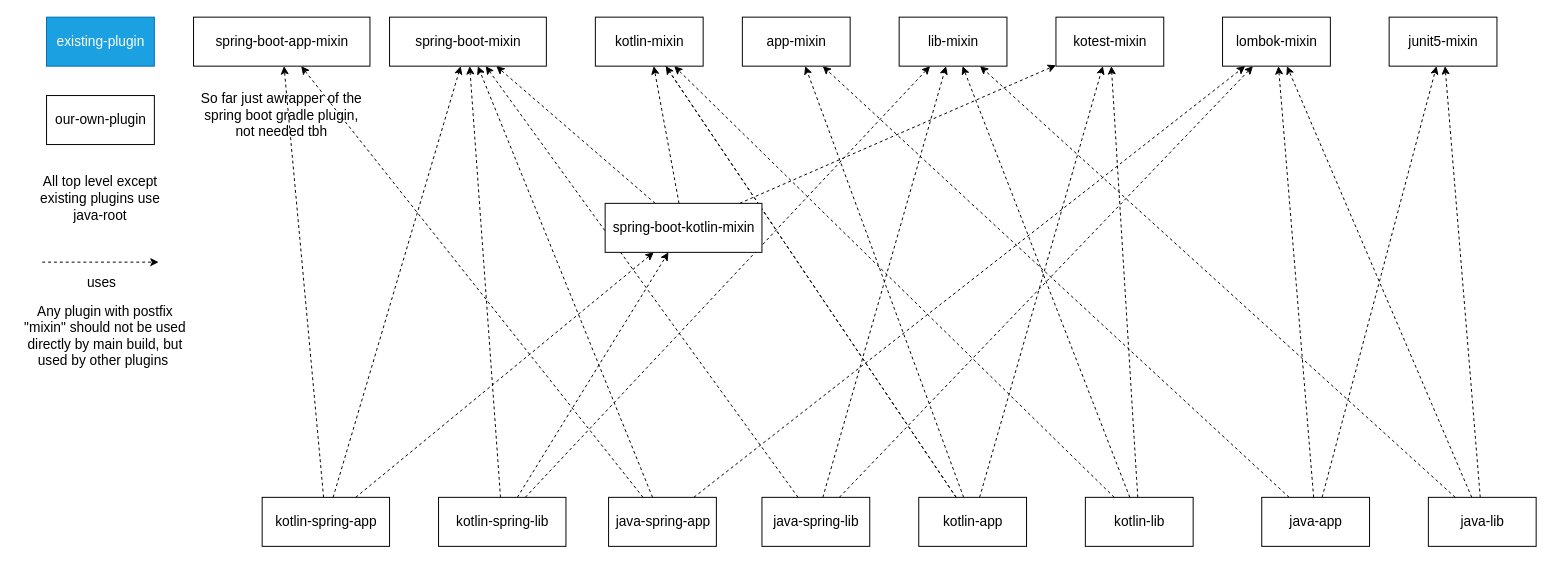
Above: gradle/plugins/gradle plugins structure.drawio in CXwudi/modern-gradle-template (draw.io), before the change. Source tidied: cells renumbered, new cells numbered last; positions are measured from the earlier drawing's top-left corner, leaving out a move shared by most shapes. Both pictures are drawn from the tidied source at 98%, with x=0, y=0 at pixel (17, 17).
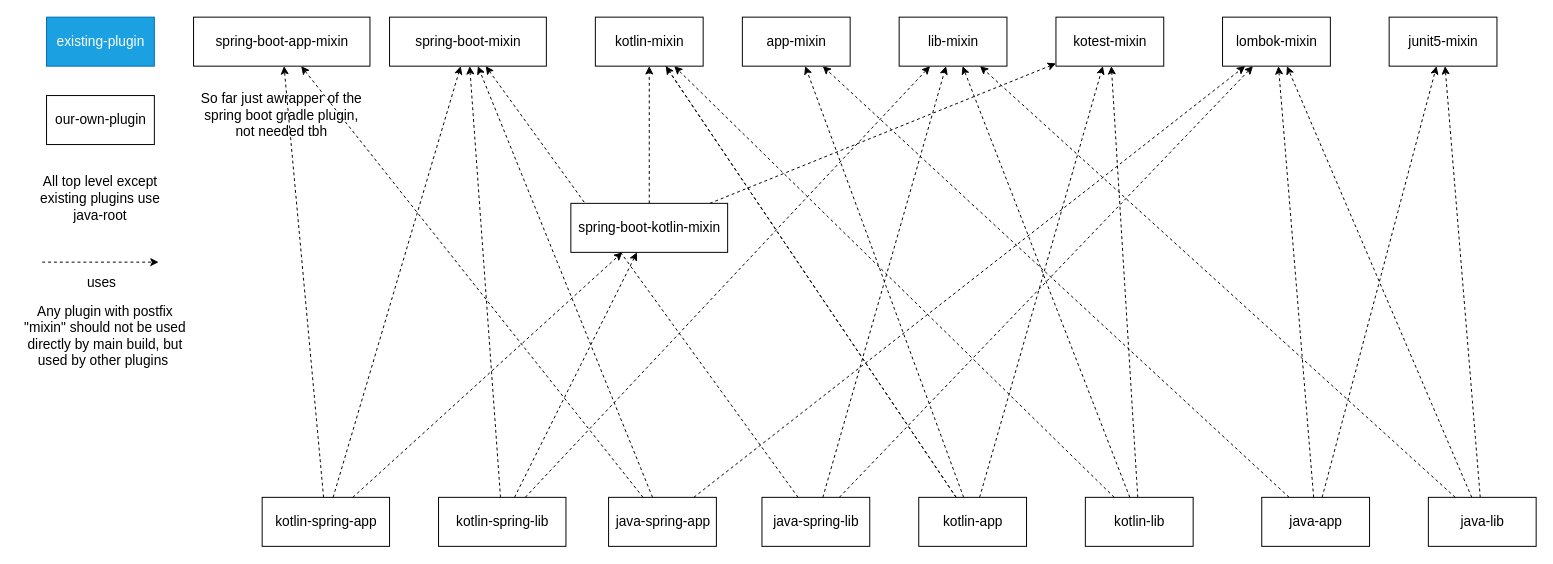
The same diagram, later.

Unchanged cells that the change refers to:
```xml
<mxCell id="38" value="spring-boot-mixin" style="html=1;fontSize=14;" parent="1" vertex="1">
  <mxGeometry x="380" width="160" height="50" as="geometry" />
</mxCell>
```

Diff of the diagram source:
```diff
@@
-    <mxCell id="45" style="edgeStyle=none;rounded=0;jettySize=auto;html=1;dashed=1;" parent="1" edge="1" source="46" target="38">
-      <mxGeometry relative="1" as="geometry" />
-    </mxCell>
     <mxCell id="46" value="spring-boot-kotlin-mixin" style="html=1;fontSize=14;" parent="1" vertex="1">
-      <mxGeometry x="600" y="190" width="160" height="50" as="geometry" />
+      <mxGeometry x="565" y="190" width="160" height="50" as="geometry" />
     </mxCell>
```
